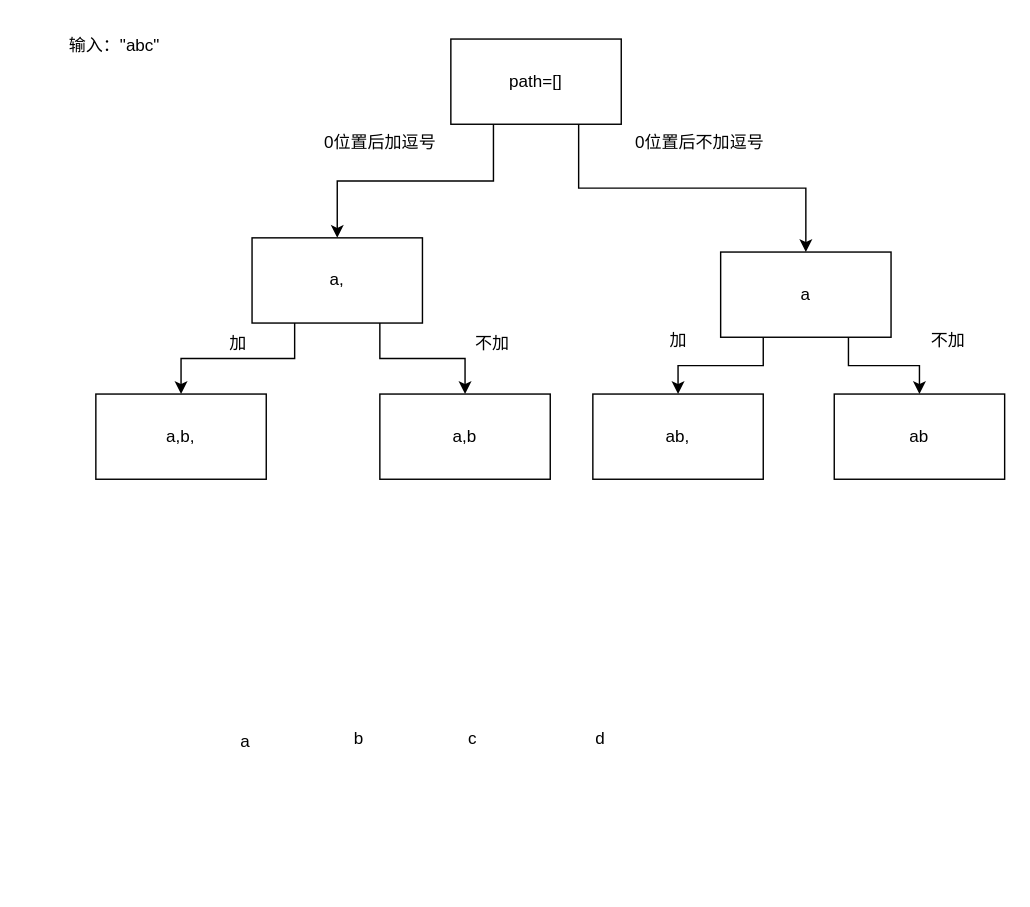
Above: 算法设计图.drawio in heyingjiee/draw (draw.io), before the change. Source tidied: cells renumbered, new cells numbered last; positions are measured from the earlier drawing's top-left corner, leaving out a move shared by most shapes. Both pictures are drawn from the tidied source at 142%, with x=0, y=0 at pixel (24, 24).
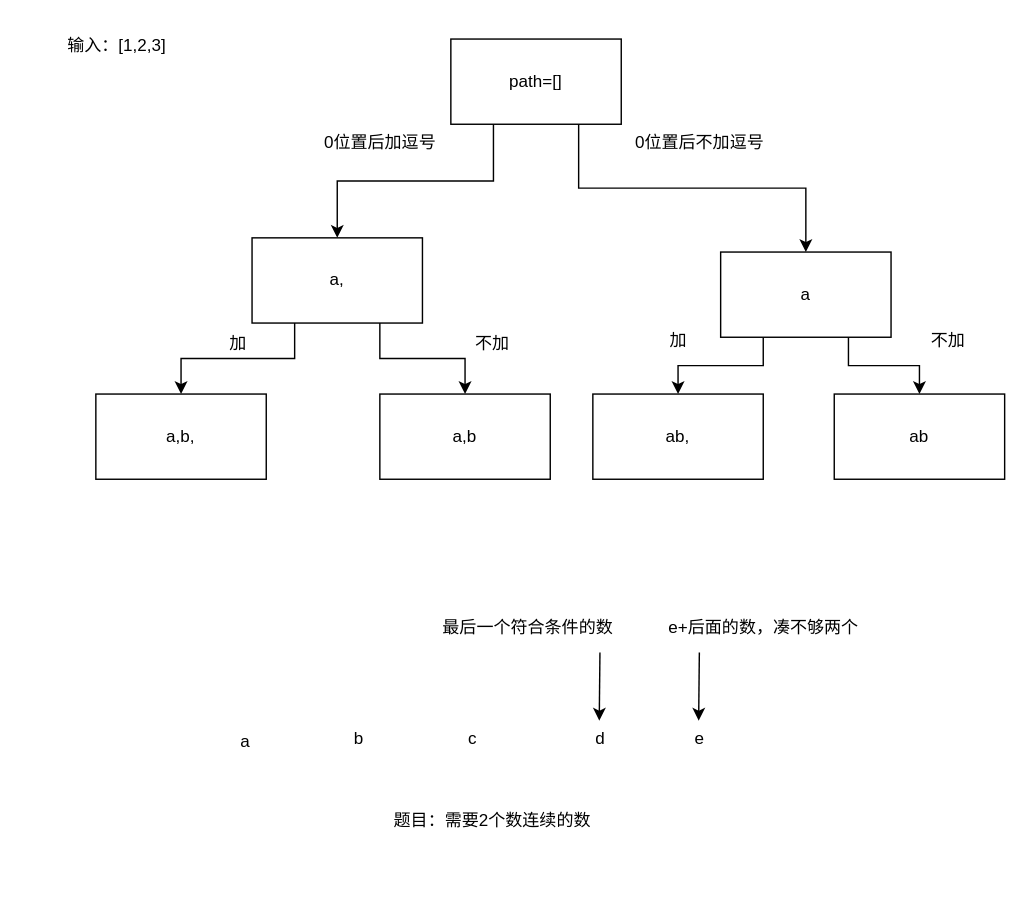
The same diagram, later.

Commit message (it also covers changes not shown here):
更新算法设计图.drawio

What changed in the source:
```diff
@@
-    <mxCell id="14" value="输入：&quot;abc&quot;&lt;span class=&quot;eusoft-eudic-chrome-extension-translate-content&quot;&gt;&lt;span class=&quot;eusoft-eudic-chrome-extension-translate-white-space ng-star-inserted&quot;&gt;&amp;nbsp;&lt;/span&gt;&lt;span data-eusoft-eudic-loading-template-original-text=&quot;输入：“&quot; class=&quot;eusoft-eudic-translate-loading-tag ng-star-inserted&quot;&gt;&lt;/span&gt;&lt;/span&gt;" style="text;html=1;align=center;verticalAlign=middle;whiteSpace=wrap;rounded=0;" parent="1" vertex="1">
+    <mxCell id="14" value="输入：[1,2,3]" style="text;html=1;align=center;verticalAlign=middle;whiteSpace=wrap;rounded=0;" parent="1" vertex="1">
       <mxGeometry width="130" height="30" as="geometry" />
     </mxCell>
@@
+    <mxCell id="26" style="endArrow=classic;html=1;rounded=0;" parent="1" edge="1">
+      <mxGeometry relative="1" as="geometry">
+        <mxPoint x="405" y="442" as="sourcePoint" />
+        <mxPoint x="404.5" y="490" as="targetPoint" />
+      </mxGeometry>
+    </mxCell>
+    <mxCell id="27" value="题目：需要2个数连续的数&lt;br&gt;&lt;br&gt;&lt;br&gt;&lt;span class=&quot;eusoft-eudic-chrome-extension-translate-content&quot;&gt;&lt;/span&gt;" style="text;html=1;align=center;verticalAlign=middle;strokeColor=none;fillColor=none;" parent="1" vertex="1">
+      <mxGeometry x="249" y="545" width="160" height="60" as="geometry" />
+    </mxCell>
+    <mxCell id="28" value="e" style="text;html=1;align=center;verticalAlign=middle;strokeColor=none;fillColor=none;" parent="1" vertex="1">
+      <mxGeometry x="460" y="488" width="30" height="30" as="geometry" />
+    </mxCell>
+    <mxCell id="29" value="最后一个符合条件的数" style="text;html=1;align=center;verticalAlign=middle;strokeColor=none;fillColor=none;" parent="1" vertex="1">
+      <mxGeometry x="284" y="410" width="140" height="30" as="geometry" />
+    </mxCell>
+    <mxCell id="30" style="endArrow=classic;html=1;rounded=0;" parent="1" edge="1">
+      <mxGeometry relative="1" as="geometry">
+        <mxPoint x="475" y="442" as="sourcePoint" />
+        <mxPoint x="474.5" y="490" as="targetPoint" />
+      </mxGeometry>
+    </mxCell>
+    <mxCell id="31" value="e+后面的数，凑不够两个" style="text;html=1;align=center;verticalAlign=middle;strokeColor=none;fillColor=none;" parent="1" vertex="1">
+      <mxGeometry x="440" y="410" width="160" height="30" as="geometry" />
+    </mxCell>
```
